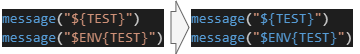
MickaelBlet/highlight-regex keeps this draw.io diagram as images/cmakeStringVariable.drawio.png. Above is the earlier version. Source tidied: cells renumbered, new cells last; positions are measured from the earlier drawing's top-left corner, leaving out a move shared by most shapes. Its diagram source:
```xml
<mxGraphModel>
  <root>
    <mxCell id="0" />
    <mxCell id="1" parent="0" />
    <mxCell id="2" value="&lt;div style=&quot;color: rgb(212 , 212 , 212) ; background-color: rgb(30 , 30 , 30) ; font-family: &amp;quot;consolas&amp;quot; , &amp;quot;courier new&amp;quot; , monospace ; font-size: 14px ; line-height: 19px&quot;&gt;&lt;div&gt;&lt;span style=&quot;color: #569cd6&quot;&gt;message&lt;/span&gt;(&lt;span style=&quot;color: #ce9178&quot;&gt;&quot;${TEST}&quot;&lt;/span&gt;)&lt;/div&gt;&lt;div&gt;&lt;span style=&quot;color: #569cd6&quot;&gt;message&lt;/span&gt;(&lt;span style=&quot;color: #ce9178&quot;&gt;&quot;$ENV{TEST}&quot;&lt;/span&gt;)&lt;/div&gt;&lt;/div&gt;" style="text;html=1;strokeColor=none;fillColor=none;align=left;verticalAlign=middle;whiteSpace=wrap;rounded=0;" parent="1" vertex="1">
      <mxGeometry width="170" height="40" as="geometry" />
    </mxCell>
    <mxCell id="3" value="&lt;div style=&quot;background-color: rgb(30 , 30 , 30) ; font-family: &amp;#34;consolas&amp;#34; , &amp;#34;courier new&amp;#34; , monospace ; font-size: 14px ; line-height: 19px&quot;&gt;&lt;div&gt;&lt;span style=&quot;color: rgb(86 , 156 , 214)&quot;&gt;message&lt;/span&gt;&lt;font color=&quot;#d4d4d4&quot;&gt;(&lt;/font&gt;&lt;span style=&quot;color: rgb(206 , 145 , 120)&quot;&gt;&quot;&lt;/span&gt;&lt;font color=&quot;#569cd6&quot;&gt;${TEST}&lt;/font&gt;&lt;span style=&quot;color: rgb(206 , 145 , 120)&quot;&gt;&quot;&lt;/span&gt;&lt;font color=&quot;#d4d4d4&quot;&gt;)&lt;/font&gt;&lt;/div&gt;&lt;div&gt;&lt;span style=&quot;color: rgb(86 , 156 , 214)&quot;&gt;message&lt;/span&gt;&lt;font color=&quot;#d4d4d4&quot;&gt;(&lt;/font&gt;&lt;span style=&quot;color: rgb(206 , 145 , 120)&quot;&gt;&quot;&lt;/span&gt;&lt;font color=&quot;#569cd6&quot;&gt;$ENV{TEST}&lt;/font&gt;&lt;span style=&quot;color: rgb(206 , 145 , 120)&quot;&gt;&quot;&lt;/span&gt;&lt;font color=&quot;#d4d4d4&quot;&gt;)&lt;/font&gt;&lt;/div&gt;&lt;/div&gt;" style="text;html=1;strokeColor=none;fillColor=none;align=left;verticalAlign=middle;whiteSpace=wrap;rounded=0;" parent="1" vertex="1">
      <mxGeometry x="189" width="170" height="40" as="geometry" />
    </mxCell>
    <mxCell id="4" style="shape=flexArrow;endArrow=classic;html=1;entryX=0;entryY=0.5;entryDx=0;entryDy=0;width=32;endSize=4.03;exitX=1;exitY=0.5;exitDx=0;exitDy=0;fillColor=#f5f5f5;strokeColor=#666666;" parent="1" edge="1" source="2" target="3">
      <mxGeometry relative="1" as="geometry" />
    </mxCell>
  </root>
</mxGraphModel>
```
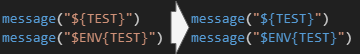
Later version of the same file.

What changed in the source:
```diff
@@ -1,11 +1,11 @@
-<mxGraphModel>
+<mxGraphModel background="#202020">
   <root>
     <mxCell id="0" />
     <mxCell id="1" parent="0" />
-    <mxCell id="2" value="&lt;div style=&quot;color: rgb(212 , 212 , 212) ; background-color: rgb(30 , 30 , 30) ; font-family: &amp;quot;consolas&amp;quot; , &amp;quot;courier new&amp;quot; , monospace ; font-size: 14px ; line-height: 19px&quot;&gt;&lt;div&gt;&lt;span style=&quot;color: #569cd6&quot;&gt;message&lt;/span&gt;(&lt;span style=&quot;color: #ce9178&quot;&gt;&quot;${TEST}&quot;&lt;/span&gt;)&lt;/div&gt;&lt;div&gt;&lt;span style=&quot;color: #569cd6&quot;&gt;message&lt;/span&gt;(&lt;span style=&quot;color: #ce9178&quot;&gt;&quot;$ENV{TEST}&quot;&lt;/span&gt;)&lt;/div&gt;&lt;/div&gt;" style="text;html=1;strokeColor=none;fillColor=none;align=left;verticalAlign=middle;whiteSpace=wrap;rounded=0;" parent="1" vertex="1">
+    <mxCell id="2" value="&lt;div style=&quot;color: rgb(212 , 212 , 212) ; font-family: &amp;#34;consolas&amp;#34; , &amp;#34;courier new&amp;#34; , monospace ; font-size: 14px ; line-height: 19px&quot;&gt;&lt;div&gt;&lt;span style=&quot;color: #569cd6&quot;&gt;message&lt;/span&gt;(&lt;span style=&quot;color: #ce9178&quot;&gt;&quot;${TEST}&quot;&lt;/span&gt;)&lt;/div&gt;&lt;div&gt;&lt;span style=&quot;color: #569cd6&quot;&gt;message&lt;/span&gt;(&lt;span style=&quot;color: #ce9178&quot;&gt;&quot;$ENV{TEST}&quot;&lt;/span&gt;)&lt;/div&gt;&lt;/div&gt;" style="text;html=1;strokeColor=none;fillColor=none;align=left;verticalAlign=middle;whiteSpace=wrap;rounded=0;" parent="1" vertex="1">
       <mxGeometry width="170" height="40" as="geometry" />
     </mxCell>
-    <mxCell id="3" value="&lt;div style=&quot;background-color: rgb(30 , 30 , 30) ; font-family: &amp;#34;consolas&amp;#34; , &amp;#34;courier new&amp;#34; , monospace ; font-size: 14px ; line-height: 19px&quot;&gt;&lt;div&gt;&lt;span style=&quot;color: rgb(86 , 156 , 214)&quot;&gt;message&lt;/span&gt;&lt;font color=&quot;#d4d4d4&quot;&gt;(&lt;/font&gt;&lt;span style=&quot;color: rgb(206 , 145 , 120)&quot;&gt;&quot;&lt;/span&gt;&lt;font color=&quot;#569cd6&quot;&gt;${TEST}&lt;/font&gt;&lt;span style=&quot;color: rgb(206 , 145 , 120)&quot;&gt;&quot;&lt;/span&gt;&lt;font color=&quot;#d4d4d4&quot;&gt;)&lt;/font&gt;&lt;/div&gt;&lt;div&gt;&lt;span style=&quot;color: rgb(86 , 156 , 214)&quot;&gt;message&lt;/span&gt;&lt;font color=&quot;#d4d4d4&quot;&gt;(&lt;/font&gt;&lt;span style=&quot;color: rgb(206 , 145 , 120)&quot;&gt;&quot;&lt;/span&gt;&lt;font color=&quot;#569cd6&quot;&gt;$ENV{TEST}&lt;/font&gt;&lt;span style=&quot;color: rgb(206 , 145 , 120)&quot;&gt;&quot;&lt;/span&gt;&lt;font color=&quot;#d4d4d4&quot;&gt;)&lt;/font&gt;&lt;/div&gt;&lt;/div&gt;" style="text;html=1;strokeColor=none;fillColor=none;align=left;verticalAlign=middle;whiteSpace=wrap;rounded=0;" parent="1" vertex="1">
+    <mxCell id="3" value="&lt;div style=&quot;font-family: &amp;#34;consolas&amp;#34; , &amp;#34;courier new&amp;#34; , monospace ; font-size: 14px ; line-height: 19px&quot;&gt;&lt;div&gt;&lt;span style=&quot;color: rgb(86 , 156 , 214)&quot;&gt;message&lt;/span&gt;&lt;font color=&quot;#d4d4d4&quot;&gt;(&lt;/font&gt;&lt;span style=&quot;color: rgb(206 , 145 , 120)&quot;&gt;&quot;&lt;/span&gt;&lt;font color=&quot;#569cd6&quot;&gt;${TEST}&lt;/font&gt;&lt;span style=&quot;color: rgb(206 , 145 , 120)&quot;&gt;&quot;&lt;/span&gt;&lt;font color=&quot;#d4d4d4&quot;&gt;)&lt;/font&gt;&lt;/div&gt;&lt;div&gt;&lt;span style=&quot;color: rgb(86 , 156 , 214)&quot;&gt;message&lt;/span&gt;&lt;font color=&quot;#d4d4d4&quot;&gt;(&lt;/font&gt;&lt;span style=&quot;color: rgb(206 , 145 , 120)&quot;&gt;&quot;&lt;/span&gt;&lt;font color=&quot;#569cd6&quot;&gt;$ENV{TEST}&lt;/font&gt;&lt;span style=&quot;color: rgb(206 , 145 , 120)&quot;&gt;&quot;&lt;/span&gt;&lt;font color=&quot;#d4d4d4&quot;&gt;)&lt;/font&gt;&lt;/div&gt;&lt;/div&gt;" style="text;html=1;strokeColor=none;fillColor=none;align=left;verticalAlign=middle;whiteSpace=wrap;rounded=0;" parent="1" vertex="1">
       <mxGeometry x="189" width="170" height="40" as="geometry" />
     </mxCell>
     <mxCell id="4" style="shape=flexArrow;endArrow=classic;html=1;entryX=0;entryY=0.5;entryDx=0;entryDy=0;width=32;endSize=4.03;exitX=1;exitY=0.5;exitDx=0;exitDy=0;fillColor=#f5f5f5;strokeColor=#666666;" parent="1" edge="1" source="2" target="3">
```
